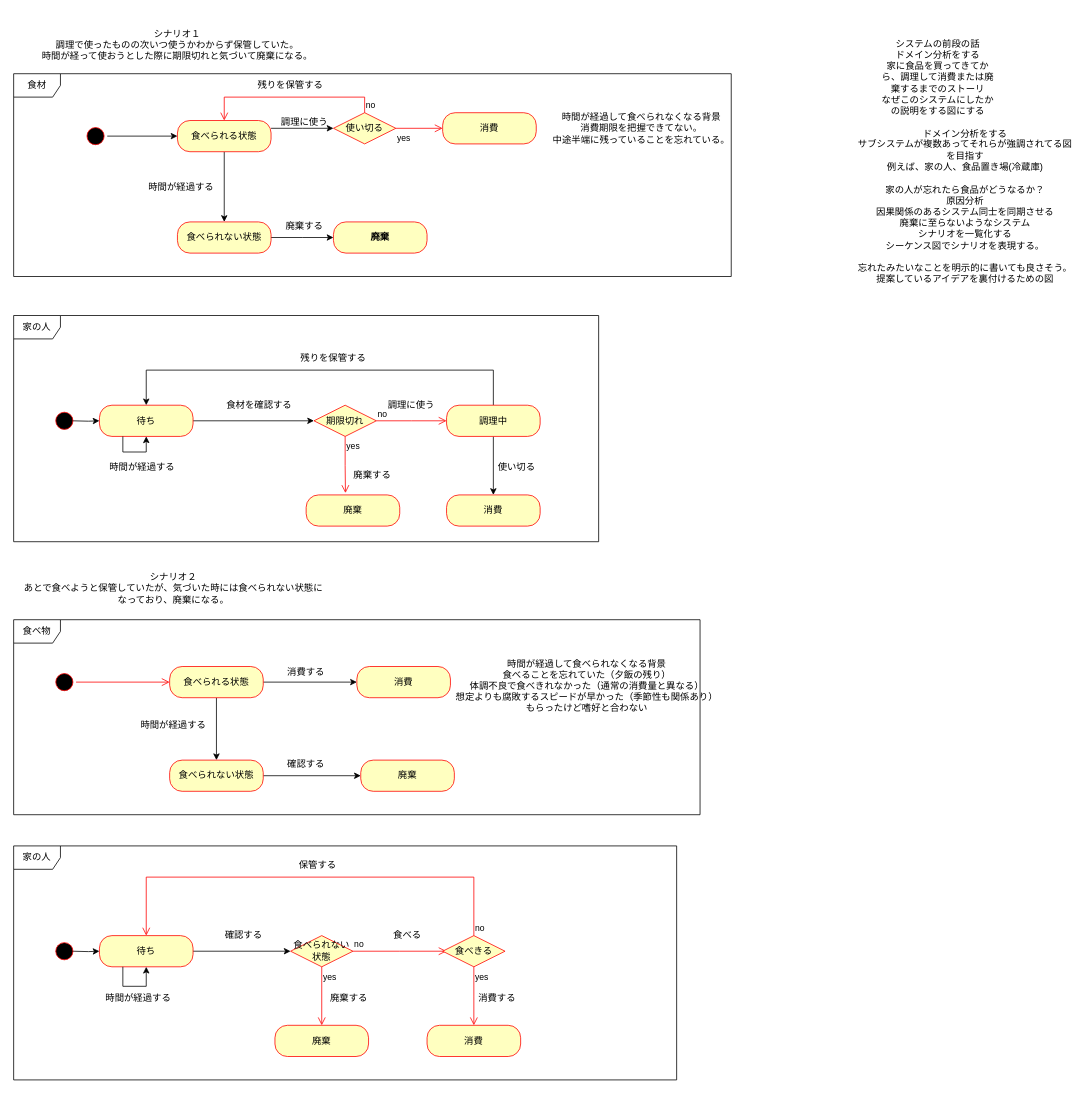
Above: page "state-machine" (2 of 9) of general-design.drawio in d-angelo-2049/food-loss-designs (draw.io), before the change. Source tidied: cells renumbered, new cells numbered last; positions are measured from the earlier drawing's top-left corner, leaving out a move shared by most shapes. Both pictures are drawn from the tidied source at 78%, with x=0, y=0 at pixel (13, 13).
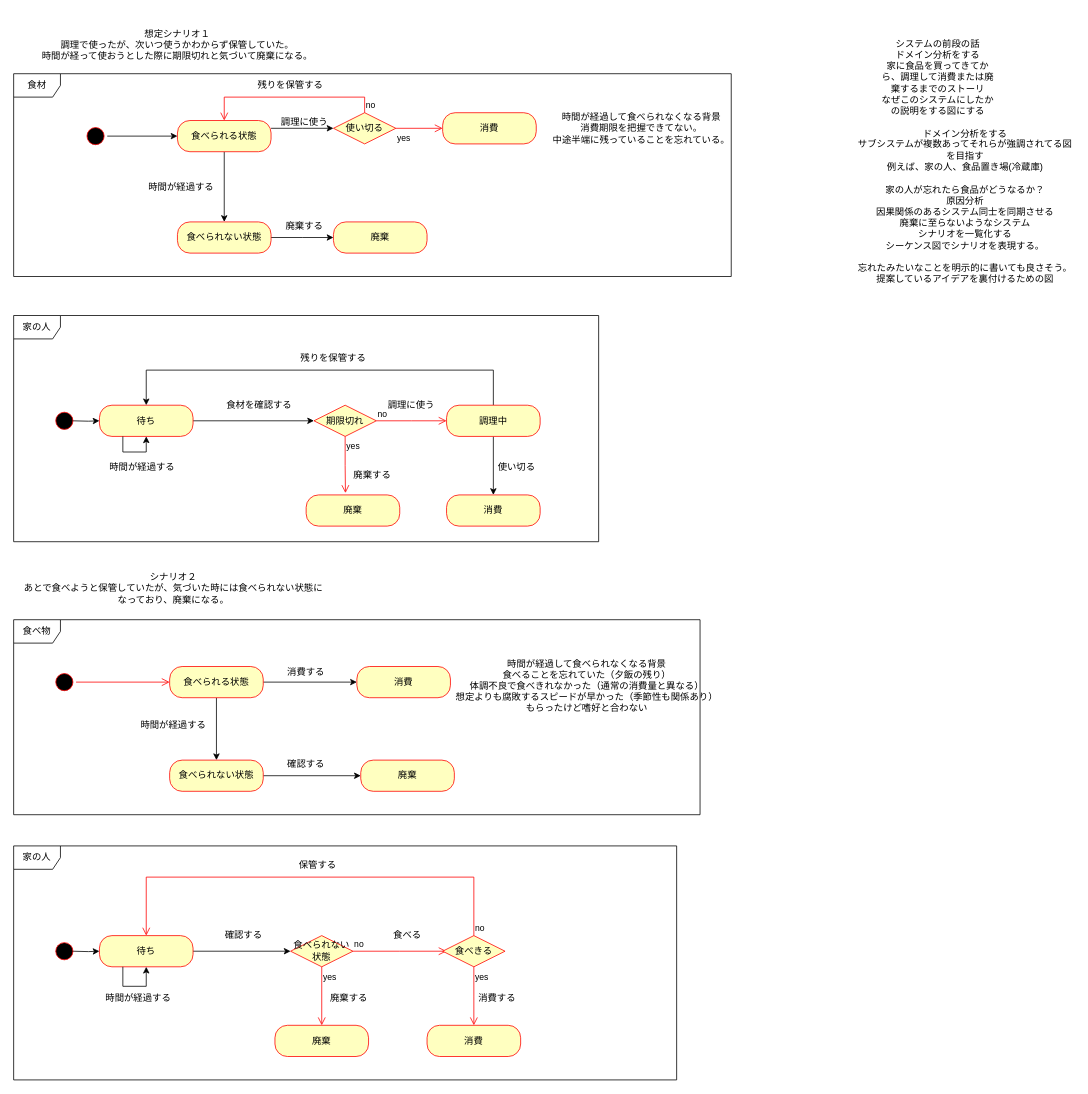
Above is the later version.

The edit, as a diff of the source:
```diff
@@
-    <mxCell id="6" value="シナリオ１&lt;br&gt;調理で使ったものの次いつ使うかわからず保管していた。&lt;br&gt;時間が経って使おうとした際に期限切れと気づいて廃棄になる。" style="text;html=1;strokeColor=none;fillColor=none;align=center;verticalAlign=middle;whiteSpace=wrap;rounded=0;" parent="1" vertex="1">
+    <mxCell id="6" value="想定シナリオ１&lt;br&gt;調理で使ったが、次いつ使うかわからず保管していた。&lt;br&gt;時間が経って使おうとした際に期限切れと気づいて廃棄になる。" style="text;html=1;strokeColor=none;fillColor=none;align=center;verticalAlign=middle;whiteSpace=wrap;rounded=0;" parent="1" vertex="1">
       <mxGeometry width="420" height="80" as="geometry" />
     </mxCell>
@@
-    <mxCell id="13" value="廃棄" style="rounded=1;whiteSpace=wrap;html=1;arcSize=40;fontColor=#000000;fillColor=#ffffc0;strokeColor=#ff0000;fontStyle=1;" parent="1" vertex="1">
+    <mxCell id="13" value="&lt;span style=&quot;font-weight: normal;&quot;&gt;廃棄&lt;/span&gt;" style="rounded=1;whiteSpace=wrap;html=1;arcSize=40;fontColor=#000000;fillColor=#ffffc0;strokeColor=#ff0000;fontStyle=1;" parent="1" vertex="1">
       <mxGeometry x="410" y="267" width="120" height="40" as="geometry" />
     </mxCell>
```
